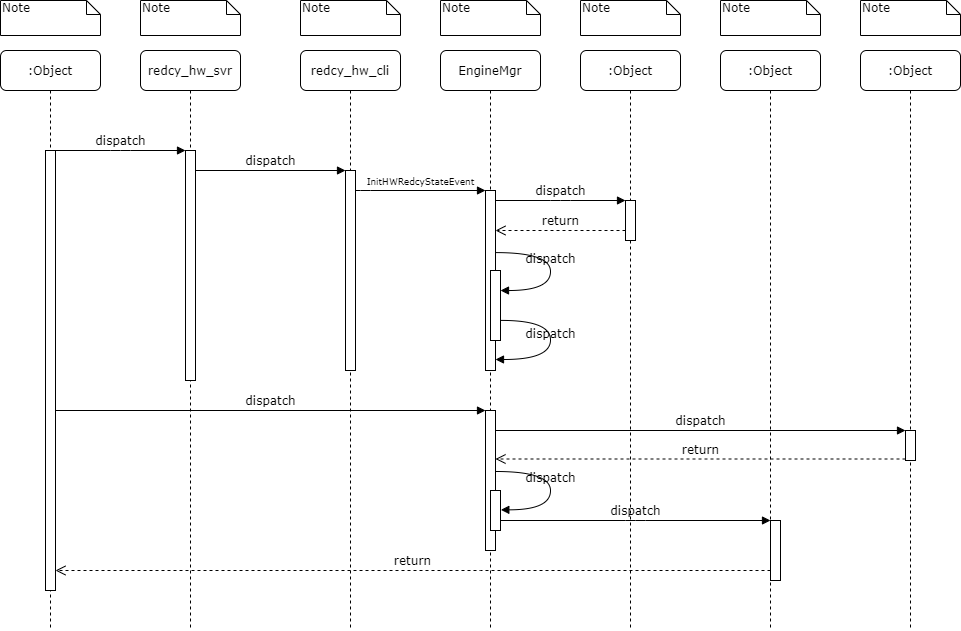
This is UML/StartRedundancy.png from Steve888888/FN-Redundancy, a draw.io export, as it was before one commit. Source tidied: cells renumbered, new cells last; positions are measured from the earlier drawing's top-left corner, leaving out a move shared by most shapes.
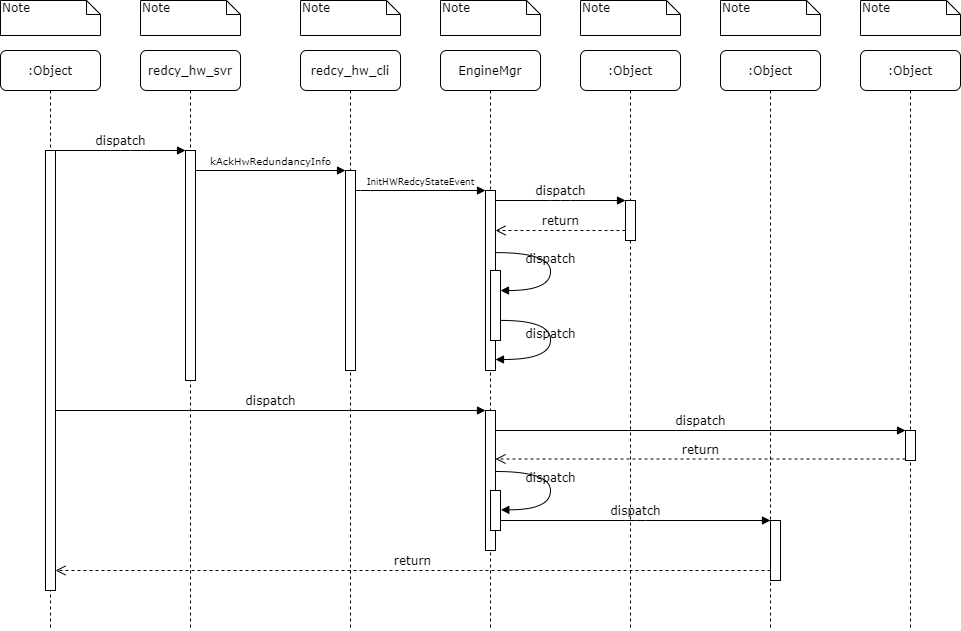
After the commit.

The edit, as a diff of the source:
```diff
@@ -87,7 +87,7 @@
     <mxCell id="25" value="dispatch" style="html=1;verticalAlign=bottom;endArrow=block;entryX=0;entryY=0;labelBackgroundColor=none;fontFamily=Verdana;fontSize=12;edgeStyle=elbowEdgeStyle;elbow=vertical;" parent="1" edge="1" source="11" target="3">
       <mxGeometry relative="1" as="geometry" />
     </mxCell>
-    <mxCell id="26" value="dispatch" style="html=1;verticalAlign=bottom;endArrow=block;entryX=0;entryY=0;labelBackgroundColor=none;fontFamily=Verdana;fontSize=12;edgeStyle=elbowEdgeStyle;elbow=vertical;" parent="1" edge="1" source="3" target="5">
+    <mxCell id="26" value="&lt;font style=&quot;font-size: 10px&quot;&gt;kAckHwRedundancyInfo&lt;/font&gt;" style="html=1;verticalAlign=bottom;endArrow=block;entryX=0;entryY=0;labelBackgroundColor=none;fontFamily=Verdana;fontSize=12;edgeStyle=elbowEdgeStyle;elbow=vertical;" parent="1" edge="1" source="3" target="5">
       <mxGeometry relative="1" as="geometry" />
     </mxCell>
     <mxCell id="27" style="html=1;points=[];perimeter=orthogonalPerimeter;rounded=0;shadow=0;comic=0;labelBackgroundColor=none;strokeWidth=1;fontFamily=Verdana;fontSize=12;align=center;" parent="1" vertex="1">
```
